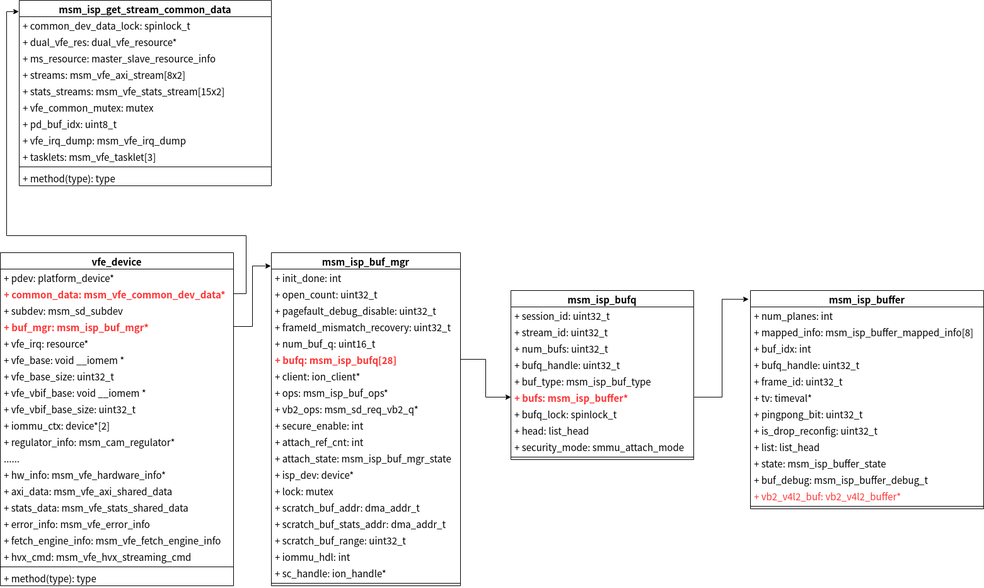
Before: qcom v4l2 camera2 isp.png, a diagram exported from draw.io (zhangmeizhen/test2). Source tidied: cells renumbered, new cells last; positions are measured from the earlier drawing's top-left corner, leaving out a move shared by most shapes.
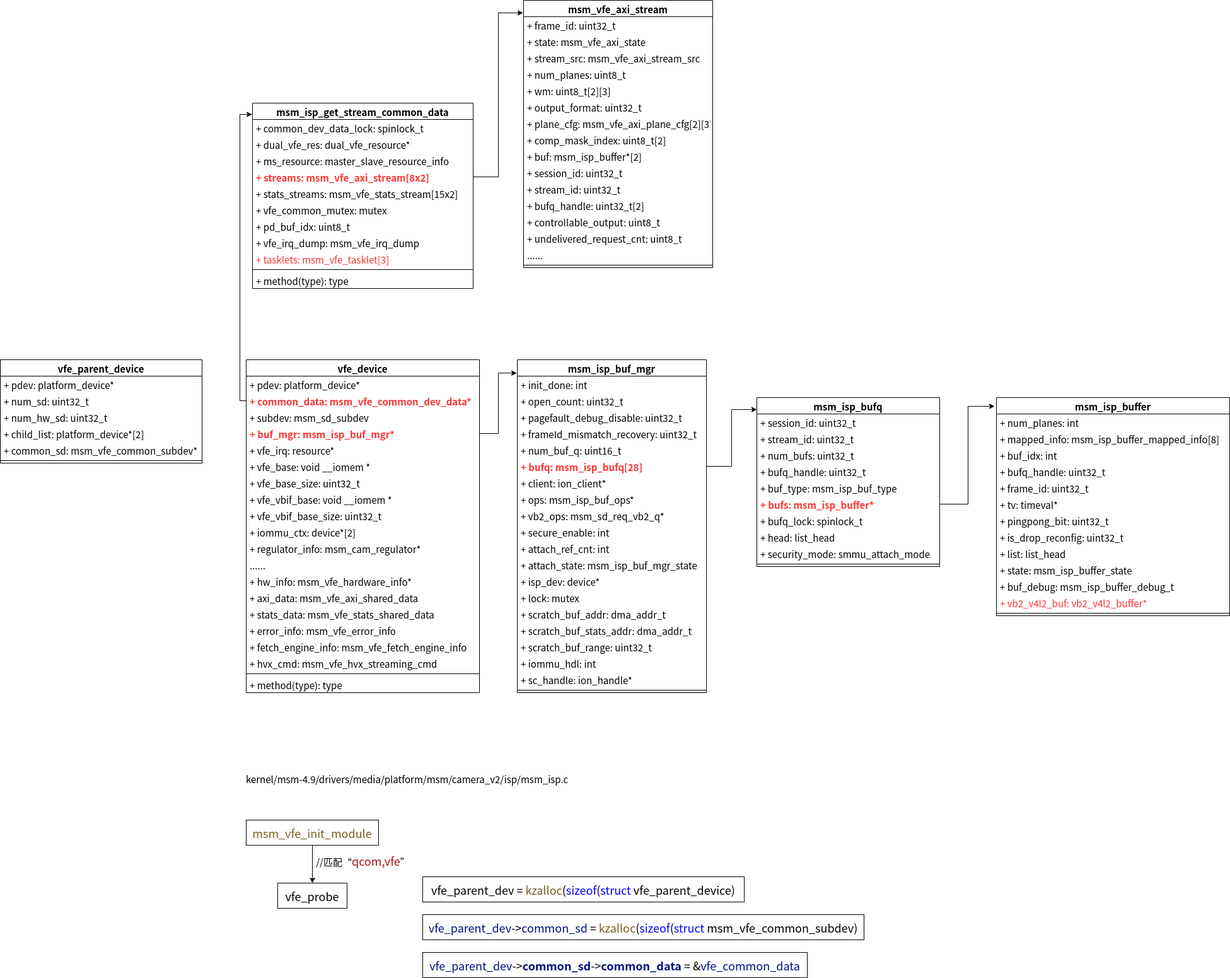
Later version of the same file.

Change to the diagram source:
```diff
@@ -203,7 +203,7 @@
     <mxCell id="68" style="line;strokeWidth=1;fillColor=none;align=left;verticalAlign=middle;spacingTop=-1;spacingLeft=3;spacingRight=3;labelPosition=right;fontSize=15;fontColor=#000000;" parent="55" vertex="1">
       <mxGeometry y="338" width="370" height="8" as="geometry" />
     </mxCell>
-    <mxCell id="69" style="edgeStyle=orthogonalEdgeStyle;rounded=0;jettySize=auto;html=1;entryX=0;entryY=0.5;entryDx=0;entryDy=0;fontSize=15;fontColor=#FF3333;" parent="1" edge="1" source="29" target="50">
+    <mxCell id="69" style="edgeStyle=orthogonalEdgeStyle;rounded=0;jettySize=auto;html=1;entryX=0;entryY=0.071;entryDx=0;entryDy=0;fontSize=15;fontColor=#FF3333;entryPerimeter=0;" parent="1" edge="1" source="29" target="44">
       <mxGeometry relative="1" as="geometry" />
     </mxCell>
     <mxCell id="70" style="edgeStyle=orthogonalEdgeStyle;rounded=0;jettySize=auto;html=1;entryX=-0.008;entryY=0.04;entryDx=0;entryDy=0;entryPerimeter=0;fontSize=15;fontColor=#000000;" parent="1" edge="1" source="50" target="55">
@@ -213,43 +213,147 @@
       <mxGeometry relative="1" as="geometry" />
     </mxCell>
     <mxCell id="72" value="msm_isp_get_stream_common_data" style="swimlane;fontStyle=1;align=center;verticalAlign=top;horizontal=1;startSize=26;fontSize=15;fontColor=#000000;" parent="1" vertex="1">
-      <mxGeometry x="30" width="400" height="294" as="geometry" />
+      <mxGeometry x="10" y="-7" width="350" height="294" as="geometry" />
     </mxCell>
     <mxCell id="73" value="+ common_dev_data_lock: spinlock_t" style="text;strokeColor=none;fillColor=none;align=left;verticalAlign=top;spacingLeft=4;spacingRight=4;overflow=hidden;fontSize=15;fontColor=#000000;" parent="72" vertex="1">
-      <mxGeometry y="26" width="400" height="26" as="geometry" />
+      <mxGeometry y="26" width="350" height="26" as="geometry" />
     </mxCell>
     <mxCell id="74" value="+ dual_vfe_res: dual_vfe_resource*" style="text;strokeColor=none;fillColor=none;align=left;verticalAlign=top;spacingLeft=4;spacingRight=4;overflow=hidden;fontSize=15;fontColor=#000000;" parent="72" vertex="1">
-      <mxGeometry y="52" width="400" height="26" as="geometry" />
+      <mxGeometry y="52" width="350" height="26" as="geometry" />
     </mxCell>
     <mxCell id="75" value="+ ms_resource: master_slave_resource_info" style="text;strokeColor=none;fillColor=none;align=left;verticalAlign=top;spacingLeft=4;spacingRight=4;overflow=hidden;fontSize=15;fontColor=#000000;" parent="72" vertex="1">
-      <mxGeometry y="78" width="400" height="26" as="geometry" />
+      <mxGeometry y="78" width="350" height="26" as="geometry" />
     </mxCell>
-    <mxCell id="76" value="+ streams: msm_vfe_axi_stream[8x2]" style="text;strokeColor=none;fillColor=none;align=left;verticalAlign=top;spacingLeft=4;spacingRight=4;overflow=hidden;points=[[0,0.5],[1,0.5]];portConstraint=eastwest;fontSize=15;fontColor=#000000;" parent="72" vertex="1">
-      <mxGeometry y="104" width="400" height="26" as="geometry" />
+    <mxCell id="76" value="+ streams: msm_vfe_axi_stream[8x2]" style="text;strokeColor=none;fillColor=none;align=left;verticalAlign=top;spacingLeft=4;spacingRight=4;overflow=hidden;points=[[0,0.5],[1,0.5]];portConstraint=eastwest;fontSize=15;fontColor=#FF3333;fontStyle=1;" parent="72" vertex="1">
+      <mxGeometry y="104" width="350" height="26" as="geometry" />
     </mxCell>
     <mxCell id="77" value="+ stats_streams: msm_vfe_stats_stream[15x2]" style="text;strokeColor=none;fillColor=none;align=left;verticalAlign=top;spacingLeft=4;spacingRight=4;overflow=hidden;fontSize=15;fontColor=#000000;" parent="72" vertex="1">
-      <mxGeometry y="130" width="400" height="26" as="geometry" />
+      <mxGeometry y="130" width="350" height="26" as="geometry" />
     </mxCell>
     <mxCell id="78" value="+ vfe_common_mutex: mutex" style="text;strokeColor=none;fillColor=none;align=left;verticalAlign=top;spacingLeft=4;spacingRight=4;overflow=hidden;fontSize=15;fontColor=#000000;" parent="72" vertex="1">
-      <mxGeometry y="156" width="400" height="26" as="geometry" />
+      <mxGeometry y="156" width="350" height="26" as="geometry" />
     </mxCell>
     <mxCell id="79" value="+ pd_buf_idx: uint8_t" style="text;strokeColor=none;fillColor=none;align=left;verticalAlign=top;spacingLeft=4;spacingRight=4;overflow=hidden;fontSize=15;fontColor=#000000;" parent="72" vertex="1">
-      <mxGeometry y="182" width="400" height="26" as="geometry" />
+      <mxGeometry y="182" width="350" height="26" as="geometry" />
     </mxCell>
     <mxCell id="80" value="+ vfe_irq_dump: msm_vfe_irq_dump" style="text;strokeColor=none;fillColor=none;align=left;verticalAlign=top;spacingLeft=4;spacingRight=4;overflow=hidden;fontSize=15;fontColor=#000000;" parent="72" vertex="1">
-      <mxGeometry y="208" width="400" height="26" as="geometry" />
+      <mxGeometry y="208" width="350" height="26" as="geometry" />
     </mxCell>
-    <mxCell id="81" value="+ tasklets: msm_vfe_tasklet[3]" style="text;strokeColor=none;fillColor=none;align=left;verticalAlign=top;spacingLeft=4;spacingRight=4;overflow=hidden;fontSize=15;fontColor=#000000;" parent="72" vertex="1">
-      <mxGeometry y="234" width="400" height="26" as="geometry" />
+    <mxCell id="81" value="+ tasklets: msm_vfe_tasklet[3]" style="text;strokeColor=none;fillColor=none;align=left;verticalAlign=top;spacingLeft=4;spacingRight=4;overflow=hidden;fontSize=15;fontColor=#FF3333;" parent="72" vertex="1">
+      <mxGeometry y="234" width="350" height="26" as="geometry" />
     </mxCell>
     <mxCell id="82" style="line;strokeWidth=1;fillColor=none;align=left;verticalAlign=middle;spacingTop=-1;spacingLeft=3;spacingRight=3;labelPosition=right;fontSize=15;fontColor=#000000;" parent="72" vertex="1">
-      <mxGeometry y="260" width="400" height="8" as="geometry" />
+      <mxGeometry y="260" width="350" height="8" as="geometry" />
     </mxCell>
     <mxCell id="83" value="+ method(type): type" style="text;strokeColor=none;fillColor=none;align=left;verticalAlign=top;spacingLeft=4;spacingRight=4;overflow=hidden;fontSize=15;fontColor=#000000;" parent="72" vertex="1">
-      <mxGeometry y="268" width="400" height="26" as="geometry" />
+      <mxGeometry y="268" width="350" height="26" as="geometry" />
     </mxCell>
     <mxCell id="84" style="edgeStyle=orthogonalEdgeStyle;rounded=0;jettySize=auto;html=1;entryX=-0.002;entryY=0.061;entryDx=0;entryDy=0;entryPerimeter=0;fontSize=15;fontColor=#FF3333;" parent="1" edge="1" source="4" target="72">
-      <mxGeometry relative="1" as="geometry" />
+      <mxGeometry relative="1" as="geometry">
+        <Array as="points">
+          <mxPoint x="-10" y="465" />
+          <mxPoint x="-10" y="11" />
+        </Array>
+      </mxGeometry>
     </mxCell>
+    <mxCell id="85" value="msm_vfe_axi_stream" style="swimlane;fontStyle=1;align=center;verticalAlign=top;horizontal=1;startSize=26;fontSize=15;fontColor=#000000;" parent="1" vertex="1">
+      <mxGeometry x="440" y="-170" width="300" height="424" as="geometry" />
+    </mxCell>
+    <mxCell id="86" value="+ frame_id: uint32_t" style="text;strokeColor=none;fillColor=none;align=left;verticalAlign=top;spacingLeft=4;spacingRight=4;overflow=hidden;fontSize=15;fontColor=#000000;" parent="85" vertex="1">
+      <mxGeometry y="26" width="300" height="26" as="geometry" />
+    </mxCell>
+    <mxCell id="87" value="+ state: msm_vfe_axi_state" style="text;strokeColor=none;fillColor=none;align=left;verticalAlign=top;spacingLeft=4;spacingRight=4;overflow=hidden;fontSize=15;fontColor=#000000;" parent="85" vertex="1">
+      <mxGeometry y="52" width="300" height="26" as="geometry" />
+    </mxCell>
+    <mxCell id="88" value="+ stream_src: msm_vfe_axi_stream_src" style="text;strokeColor=none;fillColor=none;align=left;verticalAlign=top;spacingLeft=4;spacingRight=4;overflow=hidden;fontSize=15;fontColor=#000000;" parent="85" vertex="1">
+      <mxGeometry y="78" width="300" height="26" as="geometry" />
+    </mxCell>
+    <mxCell id="89" value="+ num_planes: uint8_t" style="text;strokeColor=none;fillColor=none;align=left;verticalAlign=top;spacingLeft=4;spacingRight=4;overflow=hidden;fontSize=15;fontColor=#000000;" parent="85" vertex="1">
+      <mxGeometry y="104" width="300" height="26" as="geometry" />
+    </mxCell>
+    <mxCell id="90" value="+ wm: uint8_t[2][3]" style="text;strokeColor=none;fillColor=none;align=left;verticalAlign=top;spacingLeft=4;spacingRight=4;overflow=hidden;fontSize=15;fontColor=#000000;" parent="85" vertex="1">
+      <mxGeometry y="130" width="300" height="26" as="geometry" />
+    </mxCell>
+    <mxCell id="91" value="+ output_format: uint32_t" style="text;strokeColor=none;fillColor=none;align=left;verticalAlign=top;spacingLeft=4;spacingRight=4;overflow=hidden;fontSize=15;fontColor=#000000;" parent="85" vertex="1">
+      <mxGeometry y="156" width="300" height="26" as="geometry" />
+    </mxCell>
+    <mxCell id="92" value="+ plane_cfg: msm_vfe_axi_plane_cfg[2][3]" style="text;strokeColor=none;fillColor=none;align=left;verticalAlign=top;spacingLeft=4;spacingRight=4;overflow=hidden;fontSize=15;fontColor=#000000;" parent="85" vertex="1">
+      <mxGeometry y="182" width="300" height="26" as="geometry" />
+    </mxCell>
+    <mxCell id="93" value="+ comp_mask_index: uint8_t[2]" style="text;strokeColor=none;fillColor=none;align=left;verticalAlign=top;spacingLeft=4;spacingRight=4;overflow=hidden;fontSize=15;fontColor=#000000;" parent="85" vertex="1">
+      <mxGeometry y="208" width="300" height="26" as="geometry" />
+    </mxCell>
+    <mxCell id="94" value="+ buf: msm_isp_buffer*[2]" style="text;strokeColor=none;fillColor=none;align=left;verticalAlign=top;spacingLeft=4;spacingRight=4;overflow=hidden;fontSize=15;fontColor=#000000;" parent="85" vertex="1">
+      <mxGeometry y="234" width="300" height="26" as="geometry" />
+    </mxCell>
+    <mxCell id="95" value="+ session_id: uint32_t" style="text;strokeColor=none;fillColor=none;align=left;verticalAlign=top;spacingLeft=4;spacingRight=4;overflow=hidden;fontSize=15;fontColor=#000000;" parent="85" vertex="1">
+      <mxGeometry y="260" width="300" height="26" as="geometry" />
+    </mxCell>
+    <mxCell id="96" value="+ stream_id: uint32_t" style="text;strokeColor=none;fillColor=none;align=left;verticalAlign=top;spacingLeft=4;spacingRight=4;overflow=hidden;fontSize=15;fontColor=#000000;" parent="85" vertex="1">
+      <mxGeometry y="286" width="300" height="26" as="geometry" />
+    </mxCell>
+    <mxCell id="97" value="+ bufq_handle: uint32_t[2]" style="text;strokeColor=none;fillColor=none;align=left;verticalAlign=top;spacingLeft=4;spacingRight=4;overflow=hidden;fontSize=15;fontColor=#000000;" parent="85" vertex="1">
+      <mxGeometry y="312" width="300" height="26" as="geometry" />
+    </mxCell>
+    <mxCell id="98" value="+ controllable_output: uint8_t" style="text;strokeColor=none;fillColor=none;align=left;verticalAlign=top;spacingLeft=4;spacingRight=4;overflow=hidden;fontSize=15;fontColor=#000000;" parent="85" vertex="1">
+      <mxGeometry y="338" width="300" height="26" as="geometry" />
+    </mxCell>
+    <mxCell id="99" value="+ undelivered_request_cnt: uint8_t" style="text;strokeColor=none;fillColor=none;align=left;verticalAlign=top;spacingLeft=4;spacingRight=4;overflow=hidden;fontSize=15;fontColor=#000000;" parent="85" vertex="1">
+      <mxGeometry y="364" width="300" height="26" as="geometry" />
+    </mxCell>
+    <mxCell id="100" value="......" style="text;strokeColor=none;fillColor=none;align=left;verticalAlign=top;spacingLeft=4;spacingRight=4;overflow=hidden;fontSize=15;fontColor=#000000;" parent="85" vertex="1">
+      <mxGeometry y="390" width="300" height="26" as="geometry" />
+    </mxCell>
+    <mxCell id="101" style="line;strokeWidth=1;fillColor=none;align=left;verticalAlign=middle;spacingTop=-1;spacingLeft=3;spacingRight=3;labelPosition=right;fontSize=15;fontColor=#000000;" parent="85" vertex="1">
+      <mxGeometry y="416" width="300" height="8" as="geometry" />
+    </mxCell>
+    <mxCell id="102" style="edgeStyle=orthogonalEdgeStyle;rounded=0;jettySize=auto;html=1;entryX=-0.003;entryY=0.047;entryDx=0;entryDy=0;entryPerimeter=0;fontSize=15;fontColor=#FF3333;" parent="1" edge="1" source="76" target="85">
+      <mxGeometry relative="1" as="geometry" />
+    </mxCell>
+    <mxCell id="103" value="&lt;font color=&quot;#000000&quot;&gt;kernel/msm-4.9/drivers/media/platform/msm/camera_v2/isp/msm_isp.c&lt;/font&gt;" style="text;html=1;align=center;verticalAlign=middle;strokeColor=none;fillColor=none;fontSize=15;fontColor=#FF3333;" parent="1" vertex="1">
+      <mxGeometry x="-10" y="1050" width="530" height="30" as="geometry" />
+    </mxCell>
+    <mxCell id="104" style="edgeStyle=orthogonalEdgeStyle;rounded=0;jettySize=auto;html=1;entryX=0.5;entryY=0;entryDx=0;entryDy=0;fontSize=15;fontColor=#000000;" parent="1" edge="1" source="105" target="106">
+      <mxGeometry relative="1" as="geometry" />
+    </mxCell>
+    <mxCell id="105" value="&lt;div style=&quot;background-color: rgb(255, 255, 255); font-family: &amp;quot;Droid Sans Mono&amp;quot;, monospace, monospace, &amp;quot;Droid Sans Fallback&amp;quot;; font-size: 18px; line-height: 24px;&quot;&gt;&lt;span style=&quot;color: rgb(121, 94, 38);&quot;&gt;msm_vfe_init_module&lt;/span&gt;&lt;br&gt;&lt;/div&gt;" style="rounded=0;whiteSpace=wrap;html=1;fontSize=15;fontColor=#000000;" parent="1" vertex="1">
+      <mxGeometry y="1130" width="210" height="40" as="geometry" />
+    </mxCell>
+    <mxCell id="106" value="&lt;div style=&quot;background-color: rgb(255, 255, 255); font-family: &amp;quot;Droid Sans Mono&amp;quot;, monospace, monospace, &amp;quot;Droid Sans Fallback&amp;quot;; font-size: 18px; line-height: 24px;&quot;&gt;&lt;div style=&quot;font-family: &amp;quot;Droid Sans Mono&amp;quot;, monospace, monospace, &amp;quot;Droid Sans Fallback&amp;quot;; line-height: 24px;&quot;&gt;vfe_probe&lt;/div&gt;&lt;/div&gt;" style="rounded=0;whiteSpace=wrap;html=1;fontSize=15;fontColor=#000000;" parent="1" vertex="1">
+      <mxGeometry x="50" y="1230" width="110" height="40" as="geometry" />
+    </mxCell>
+    <mxCell id="107" value="//匹配“&lt;span style=&quot;color: rgb(163, 21, 21); background-color: rgb(255, 255, 255); font-family: &amp;quot;Droid Sans Mono&amp;quot;, monospace, monospace, &amp;quot;Droid Sans Fallback&amp;quot;; font-size: 18px;&quot;&gt;qcom,vfe&lt;/span&gt;&lt;span style=&quot;background-color: initial;&quot;&gt;”&lt;/span&gt;" style="text;html=1;align=center;verticalAlign=middle;strokeColor=none;fillColor=none;fontSize=15;fontColor=#000000;" parent="1" vertex="1">
+      <mxGeometry x="100" y="1180" width="170" height="30" as="geometry" />
+    </mxCell>
+    <mxCell id="108" value="&lt;div style=&quot;background-color: rgb(255, 255, 255); font-family: &amp;quot;Droid Sans Mono&amp;quot;, monospace, monospace, &amp;quot;Droid Sans Fallback&amp;quot;; font-size: 18px; line-height: 24px;&quot;&gt;&lt;div style=&quot;font-family: &amp;quot;Droid Sans Mono&amp;quot;, monospace, monospace, &amp;quot;Droid Sans Fallback&amp;quot;; line-height: 24px;&quot;&gt;&lt;div style=&quot;font-family: &amp;quot;Droid Sans Mono&amp;quot;, monospace, monospace, &amp;quot;Droid Sans Fallback&amp;quot;; line-height: 24px;&quot;&gt;vfe_parent_dev = &lt;span style=&quot;color: #795e26;&quot;&gt;kzalloc&lt;/span&gt;(&lt;span style=&quot;color: #0000ff;&quot;&gt;sizeof&lt;/span&gt;(&lt;span style=&quot;color: #0000ff;&quot;&gt;struct&lt;/span&gt; vfe_parent_device)&lt;/div&gt;&lt;/div&gt;&lt;/div&gt;" style="rounded=0;whiteSpace=wrap;html=1;fontSize=15;fontColor=#000000;" parent="1" vertex="1">
+      <mxGeometry x="280" y="1220" width="510" height="40" as="geometry" />
+    </mxCell>
+    <mxCell id="109" value="&lt;div style=&quot;background-color: rgb(255, 255, 255); font-family: &amp;quot;Droid Sans Mono&amp;quot;, monospace, monospace, &amp;quot;Droid Sans Fallback&amp;quot;; font-size: 18px; line-height: 24px;&quot;&gt;&lt;div style=&quot;font-family: &amp;quot;Droid Sans Mono&amp;quot;, monospace, monospace, &amp;quot;Droid Sans Fallback&amp;quot;; line-height: 24px;&quot;&gt;&lt;div style=&quot;font-family: &amp;quot;Droid Sans Mono&amp;quot;, monospace, monospace, &amp;quot;Droid Sans Fallback&amp;quot;; line-height: 24px;&quot;&gt;&lt;div style=&quot;font-family: &amp;quot;Droid Sans Mono&amp;quot;, monospace, monospace, &amp;quot;Droid Sans Fallback&amp;quot;; line-height: 24px;&quot;&gt;&lt;div&gt;&lt;span style=&quot;color: #001080;&quot;&gt;vfe_parent_dev&lt;/span&gt;-&amp;gt;&lt;span style=&quot;color: #001080;&quot;&gt;common_sd&lt;/span&gt; = &lt;span style=&quot;color: #795e26;&quot;&gt;kzalloc&lt;/span&gt;(&lt;span style=&quot;color: rgb(0, 0, 255);&quot;&gt;sizeof&lt;/span&gt;(&lt;span style=&quot;color: rgb(0, 0, 255);&quot;&gt;struct&lt;/span&gt; msm_vfe_common_subdev)&lt;/div&gt;&lt;/div&gt;&lt;/div&gt;&lt;/div&gt;&lt;/div&gt;" style="rounded=0;whiteSpace=wrap;html=1;fontSize=15;fontColor=#000000;" parent="1" vertex="1">
+      <mxGeometry x="280" y="1280" width="700" height="40" as="geometry" />
+    </mxCell>
+    <mxCell id="110" value="&lt;div style=&quot;background-color: rgb(255, 255, 255); font-family: &amp;quot;Droid Sans Mono&amp;quot;, monospace, monospace, &amp;quot;Droid Sans Fallback&amp;quot;; font-size: 18px; line-height: 24px;&quot;&gt;&lt;div style=&quot;font-family: &amp;quot;Droid Sans Mono&amp;quot;, monospace, monospace, &amp;quot;Droid Sans Fallback&amp;quot;; line-height: 24px;&quot;&gt;&lt;div style=&quot;font-family: &amp;quot;Droid Sans Mono&amp;quot;, monospace, monospace, &amp;quot;Droid Sans Fallback&amp;quot;; line-height: 24px;&quot;&gt;&lt;div style=&quot;font-family: &amp;quot;Droid Sans Mono&amp;quot;, monospace, monospace, &amp;quot;Droid Sans Fallback&amp;quot;; line-height: 24px;&quot;&gt;&lt;div style=&quot;font-family: &amp;quot;Droid Sans Mono&amp;quot;, monospace, monospace, &amp;quot;Droid Sans Fallback&amp;quot;; line-height: 24px;&quot;&gt;&lt;span style=&quot;color: #001080;&quot;&gt;vfe_parent_dev&lt;/span&gt;-&amp;gt;&lt;span style=&quot;color: #001080;font-weight: bold;&quot;&gt;common_sd&lt;/span&gt;-&amp;gt;&lt;span style=&quot;color: #001080;font-weight: bold;&quot;&gt;common_data&lt;/span&gt; = &amp;amp;&lt;span style=&quot;color: #001080;&quot;&gt;vfe_common_data&lt;/span&gt;&lt;/div&gt;&lt;/div&gt;&lt;/div&gt;&lt;/div&gt;&lt;/div&gt;" style="rounded=0;whiteSpace=wrap;html=1;fontSize=15;fontColor=#000000;" parent="1" vertex="1">
+      <mxGeometry x="280" y="1340" width="610" height="40" as="geometry" />
+    </mxCell>
+    <mxCell id="111" value="vfe_parent_device" style="swimlane;fontStyle=1;align=center;verticalAlign=top;horizontal=1;startSize=26;fontSize=15;fontColor=#000000;strokeColor=#000000;" parent="1" vertex="1">
+      <mxGeometry x="-390" y="400" width="320" height="164" as="geometry" />
+    </mxCell>
+    <mxCell id="112" value="+ pdev: platform_device*" style="text;strokeColor=none;fillColor=none;align=left;verticalAlign=top;spacingLeft=4;spacingRight=4;overflow=hidden;fontSize=15;fontColor=#000000;" parent="111" vertex="1">
+      <mxGeometry y="26" width="320" height="26" as="geometry" />
+    </mxCell>
+    <mxCell id="113" value="+ num_sd: uint32_t" style="text;strokeColor=none;fillColor=none;align=left;verticalAlign=top;spacingLeft=4;spacingRight=4;overflow=hidden;fontSize=15;fontColor=#000000;" parent="111" vertex="1">
+      <mxGeometry y="52" width="320" height="26" as="geometry" />
+    </mxCell>
+    <mxCell id="114" value="+ num_hw_sd: uint32_t" style="text;strokeColor=none;fillColor=none;align=left;verticalAlign=top;spacingLeft=4;spacingRight=4;overflow=hidden;fontSize=15;fontColor=#000000;" parent="111" vertex="1">
+      <mxGeometry y="78" width="320" height="26" as="geometry" />
+    </mxCell>
+    <mxCell id="115" value="+ child_list: platform_device*[2]" style="text;strokeColor=none;fillColor=none;align=left;verticalAlign=top;spacingLeft=4;spacingRight=4;overflow=hidden;fontSize=15;fontColor=#000000;" parent="111" vertex="1">
+      <mxGeometry y="104" width="320" height="26" as="geometry" />
+    </mxCell>
+    <mxCell id="116" value="+ common_sd: msm_vfe_common_subdev*" style="text;strokeColor=none;fillColor=none;align=left;verticalAlign=top;spacingLeft=4;spacingRight=4;overflow=hidden;fontSize=15;fontColor=#000000;" parent="111" vertex="1">
+      <mxGeometry y="130" width="320" height="26" as="geometry" />
+    </mxCell>
+    <mxCell id="117" style="line;strokeWidth=1;fillColor=none;align=left;verticalAlign=middle;spacingTop=-1;spacingLeft=3;spacingRight=3;labelPosition=right;fontSize=15;fontColor=#000000;" parent="111" vertex="1">
+      <mxGeometry y="156" width="320" height="8" as="geometry" />
+    </mxCell>
   </root>
 </mxGraphModel>
```
